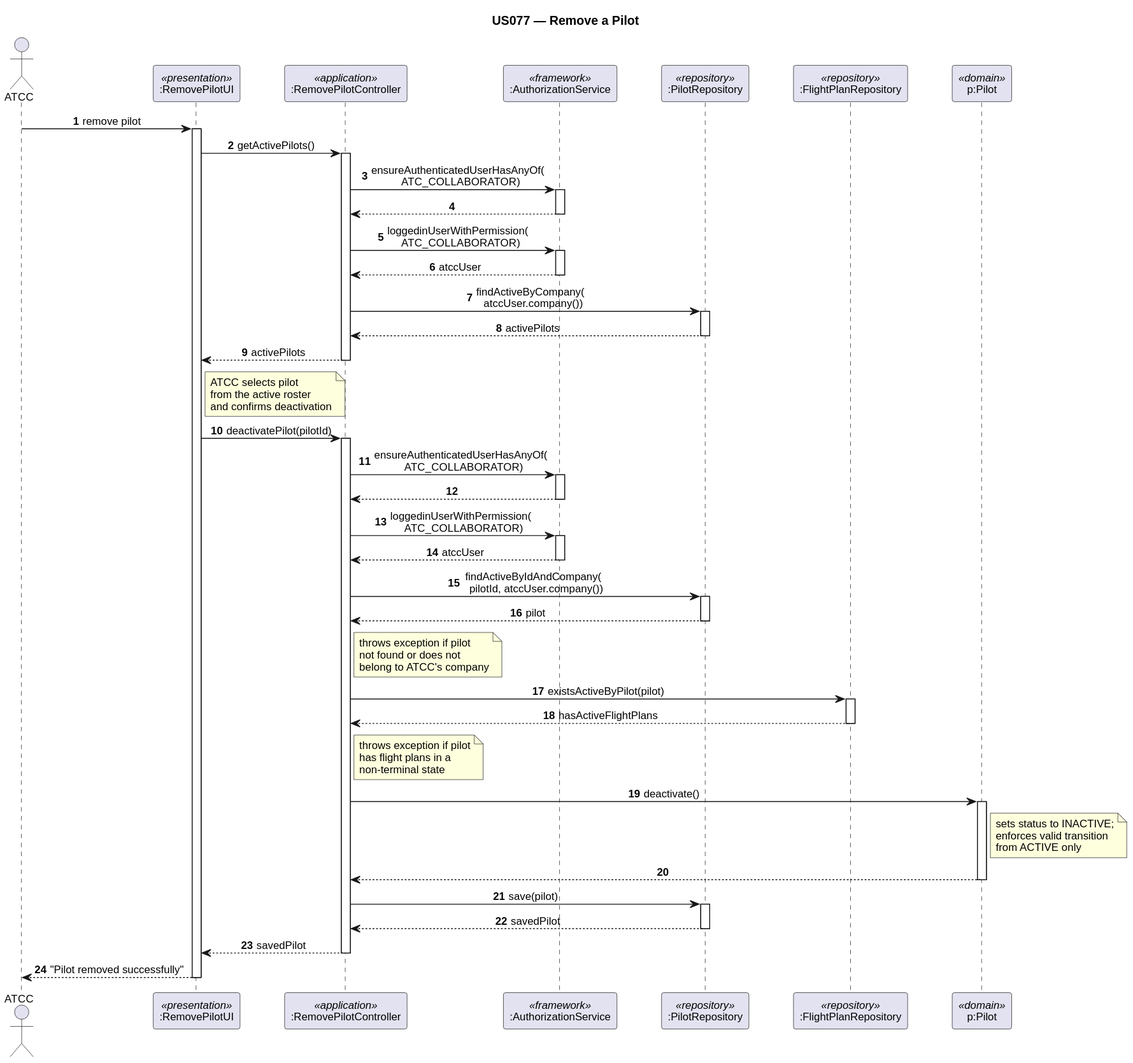
1240826/aisafe-flight-control keeps this PlantUML diagram as docs/Sprint3/EAPLI/us_077/sd_us077_remove_pilot.svg. Above is the earlier version.
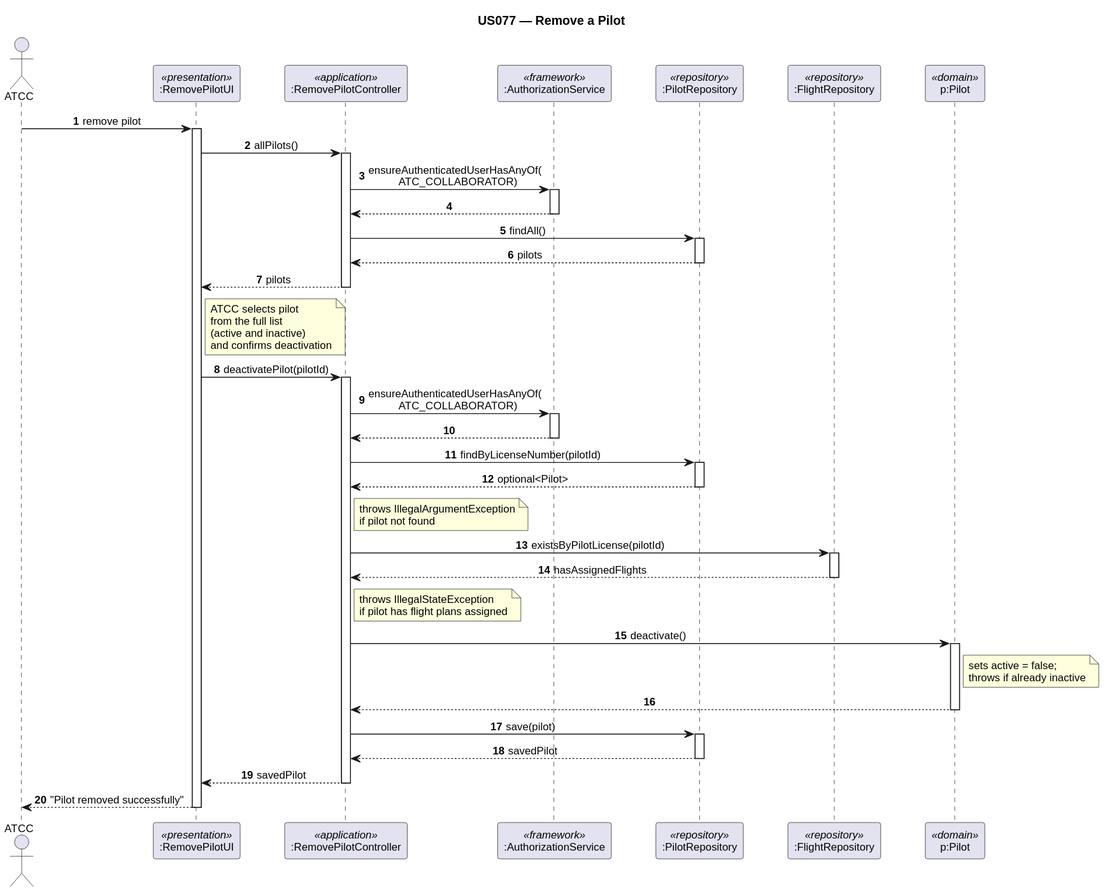
After the commit.

Change to the diagram source:
```diff
@@ -13,13 +13,13 @@
 participant ":RemovePilotController" as ctrl <<application>>
 participant ":AuthorizationService" as authz <<framework>>
 participant ":PilotRepository" as pilotRepo <<repository>>
-participant ":FlightPlanRepository" as flightRepo <<repository>>
+participant ":FlightRepository" as flightRepo <<repository>>
 participant "p:Pilot" as pilot <<domain>>
 
 actor -> ui : remove pilot
 activate ui
 
-ui -> ctrl : getActivePilots()
+ui -> ctrl : allPilots()
 activate ctrl
 
 ctrl -> authz : ensureAuthenticatedUserHasAnyOf(\n  ATC_COLLABORATOR)
@@ -27,20 +27,15 @@
 authz --> ctrl
 deactivate authz
 
-ctrl -> authz : loggedinUserWithPermission(\n  ATC_COLLABORATOR)
-activate authz
-authz --> ctrl : atccUser
-deactivate authz
-
-ctrl -> pilotRepo : findActiveByCompany(\n  atccUser.company())
+ctrl -> pilotRepo : findAll()
 activate pilotRepo
-pilotRepo --> ctrl : activePilots
+pilotRepo --> ctrl : pilots
 deactivate pilotRepo
 
-ctrl --> ui : activePilots
+ctrl --> ui : pilots
 deactivate ctrl
 
-note right of ui : ATCC selects pilot\nfrom the active roster\nand confirms deactivation
+note right of ui : ATCC selects pilot\nfrom the full list\n(active and inactive)\nand confirms deactivation
 
 ui -> ctrl : deactivatePilot(pilotId)
 activate ctrl
@@ -50,28 +45,23 @@
 authz --> ctrl
 deactivate authz
 
-ctrl -> authz : loggedinUserWithPermission(\n  ATC_COLLABORATOR)
-activate authz
-authz --> ctrl : atccUser
-deactivate authz
-
-ctrl -> pilotRepo : findActiveByIdAndCompany(\n  pilotId, atccUser.company())
+ctrl -> pilotRepo : findByLicenseNumber(pilotId)
 activate pilotRepo
-pilotRepo --> ctrl : pilot
+pilotRepo --> ctrl : optional<Pilot>
 deactivate pilotRepo
 
-note right of ctrl : throws exception if pilot\nnot found or does not\nbelong to ATCC's company
+note right of ctrl : throws IllegalArgumentException\nif pilot not found
 
-ctrl -> flightRepo : existsActiveByPilot(pilot)
+ctrl -> flightRepo : existsByPilotLicense(pilotId)
 activate flightRepo
-flightRepo --> ctrl : hasActiveFlightPlans
+flightRepo --> ctrl : hasAssignedFlights
 deactivate flightRepo
 
-note right of ctrl : throws exception if pilot\nhas flight plans in a\nnon-terminal state
+note right of ctrl : throws IllegalStateException\nif pilot has flight plans assigned
 
 ctrl -> pilot : deactivate()
 activate pilot
-note right of pilot : sets status to INACTIVE;\nenforces valid transition\nfrom ACTIVE only
+note right of pilot : sets active = false;\nthrows if already inactive
 pilot --> ctrl
 deactivate pilot
 
```
